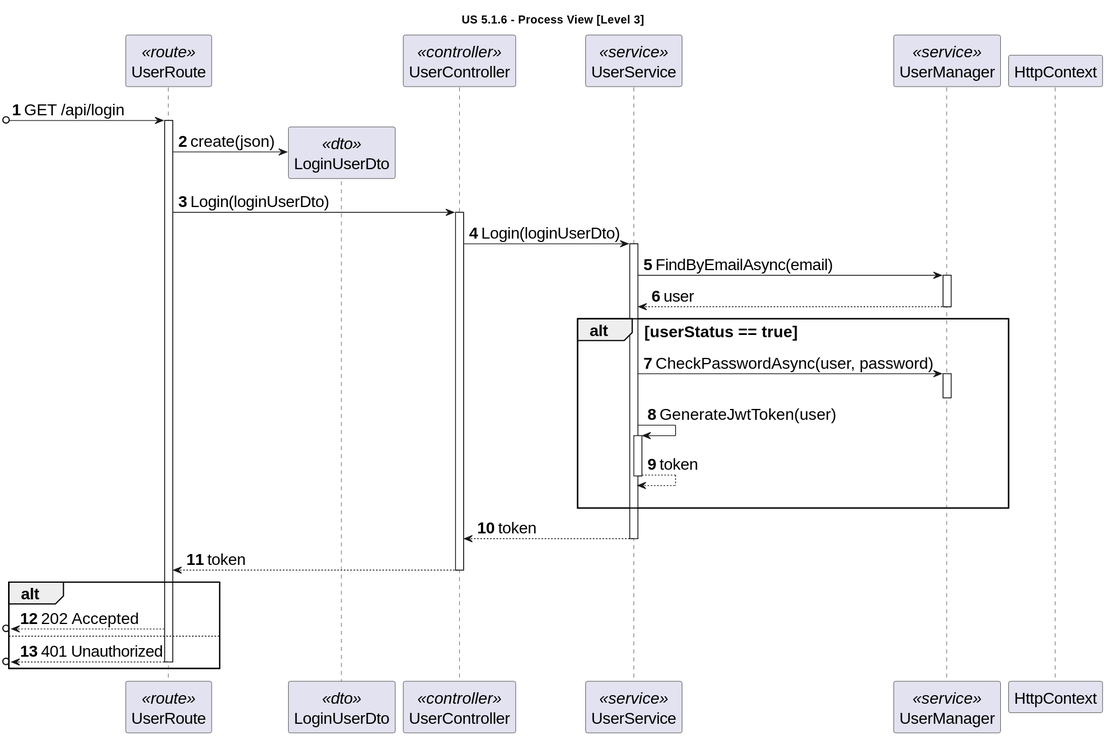
Before: docs/sprint-1/us-5.1.6/Process_View/Level-3/us6-process-view-lvl3.svg, a diagram exported from PlantUML (rita-barbosa/LAPR5-2425). Its diagram source:
```plantuml
@startuml
skinparamlocked defaultFontSize 20

title "US 5.1.6 - Process View [Level 3]"

autonumber
participant "UserRoute" as ROUTE <<route>>
participant "LoginUserDto" as DTO <<dto>>
participant "UserController" as CTRL <<controller>>
participant "UserService" as SVC <<service>>
participant "UserManager" as IEL <<service>>
participant "HttpContext" as HC

[o-> ROUTE: GET /api/login
activate ROUTE

ROUTE -> DTO **: create(json)

ROUTE -> CTRL: Login(loginUserDto)
activate CTRL

CTRL ->  SVC: Login(loginUserDto)
activate SVC

SVC -> IEL : FindByEmailAsync(email)
activate IEL

IEL --> SVC : user
deactivate IEL

alt userStatus == true
    SVC -> IEL: CheckPasswordAsync(user, password)
    activate IEL
    deactivate IEL

    SVC -> SVC: GenerateJwtToken(user)
    activate SVC

    SVC --> SVC: token
    deactivate SVC
    |||
end alt


SVC --> CTRL: token
deactivate SVC

CTRL --> ROUTE: token
deactivate CTRL

alt
[o<-- ROUTE : 202 Accepted

else

[o<-- ROUTE : 401 Unauthorized
deactivate ROUTE
end alt
@enduml
```
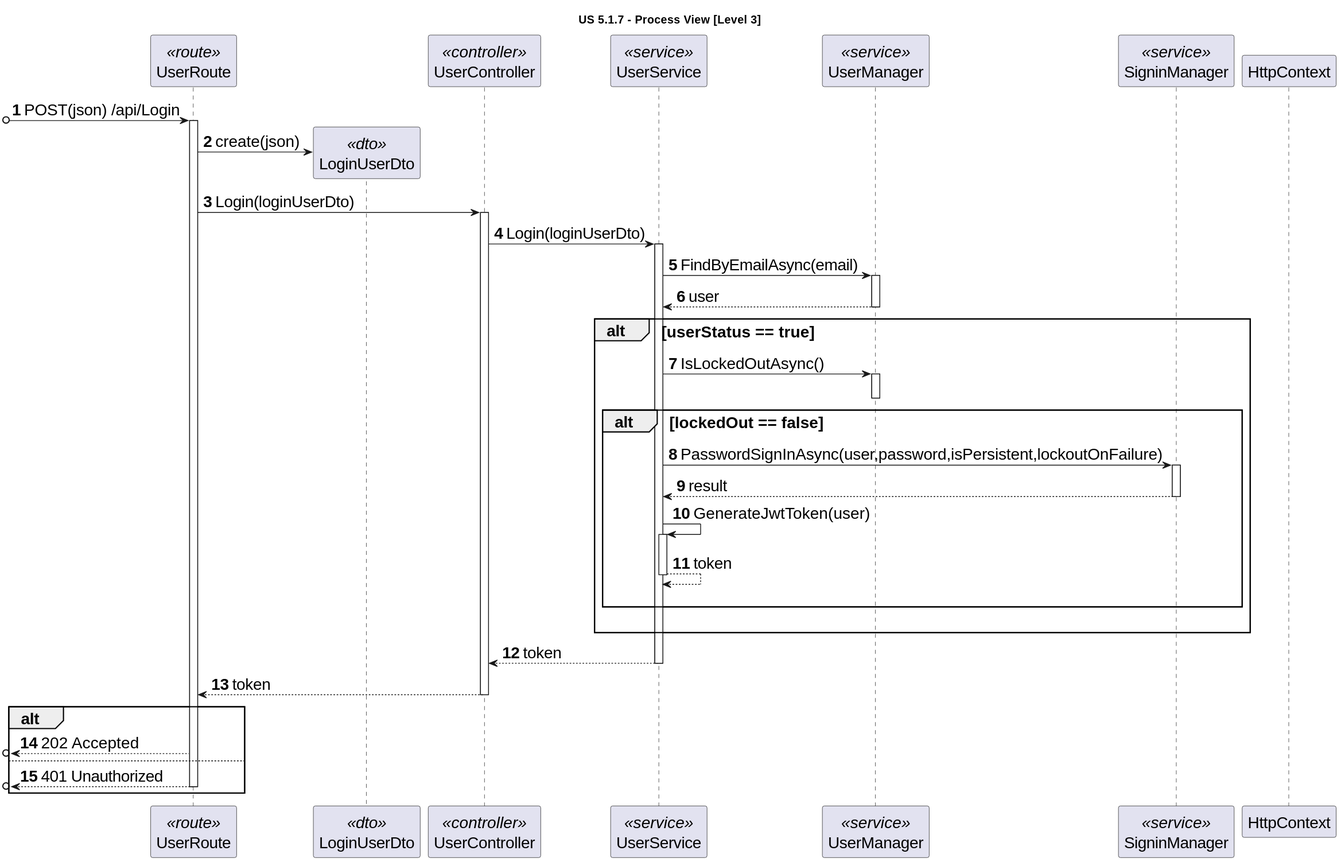
Later version of the same file.

The edit, as a diff of the source:
```diff
@@ -1,7 +1,7 @@
 @startuml
 skinparamlocked defaultFontSize 20
 
-title "US 5.1.6 - Process View [Level 3]"
+title "US 5.1.7 - Process View [Level 3]"
 
 autonumber
 participant "UserRoute" as ROUTE <<route>>
@@ -9,9 +9,10 @@
 participant "UserController" as CTRL <<controller>>
 participant "UserService" as SVC <<service>>
 participant "UserManager" as IEL <<service>>
+participant "SigninManager" as SIM <<service>>
 participant "HttpContext" as HC
 
-[o-> ROUTE: GET /api/login
+[o-> ROUTE: POST(json) /api/Login
 activate ROUTE
 
 ROUTE -> DTO **: create(json)
@@ -29,15 +30,25 @@
 deactivate IEL
 
 alt userStatus == true
-    SVC -> IEL: CheckPasswordAsync(user, password)
+    SVC -> IEL: IsLockedOutAsync()
     activate IEL
     deactivate IEL
+
+    alt lockedOut == false
+
+    SVC -> SIM : PasswordSignInAsync(user,password,isPersistent,lockoutOnFailure)
+    activate SIM
+
+    SIM --> SVC: result
+    deactivate SIM
 
     SVC -> SVC: GenerateJwtToken(user)
     activate SVC
 
     SVC --> SVC: token
     deactivate SVC
+    |||
+    end alt
     |||
 end alt
 
```
